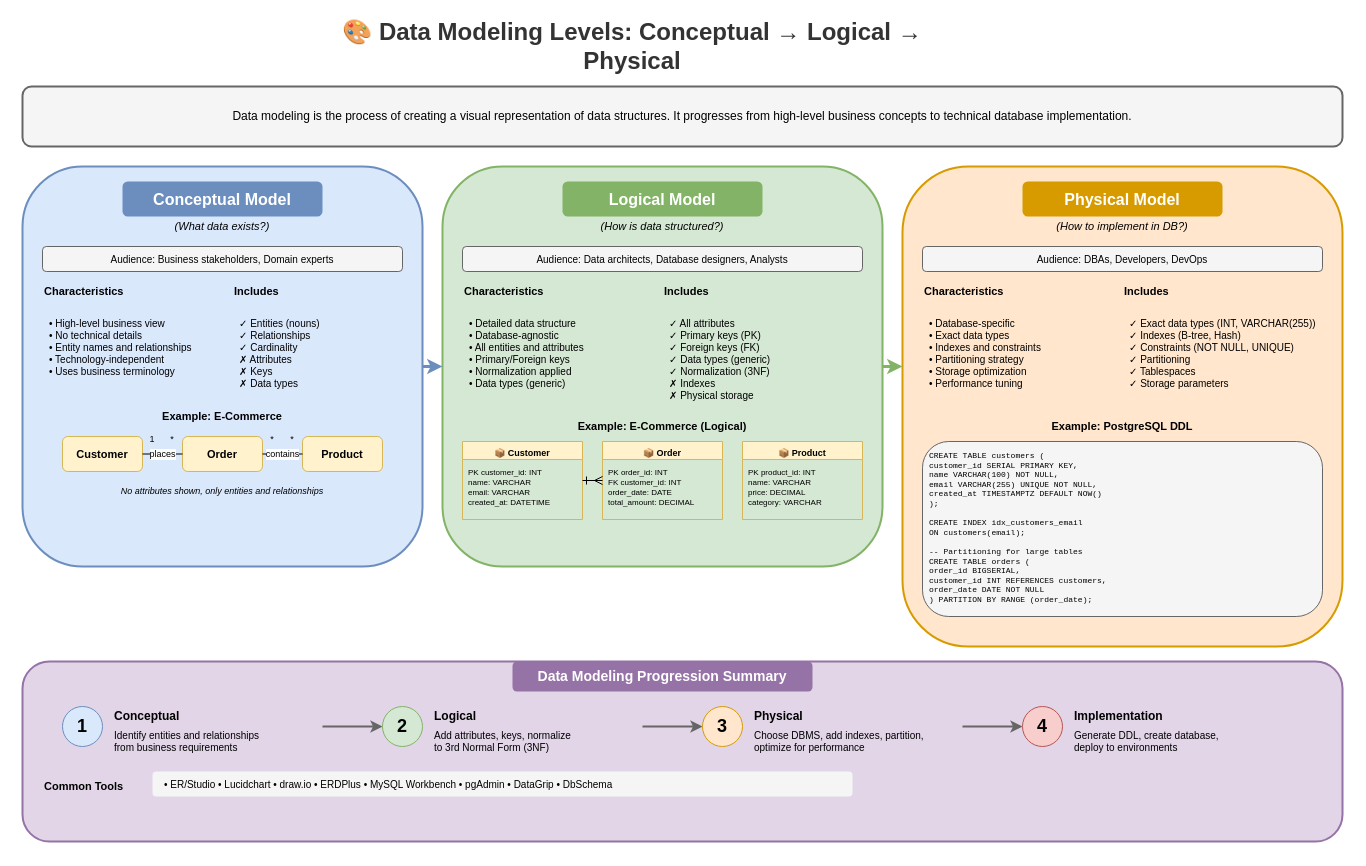
Before: lesson-01-software-design-architecture/05-data-architecture/5.1-data-modeling-levels.drawio in MrParkerZ7/document-lesson-software-architect-x-claude, a draw.io diagram. Source tidied: cells renumbered, new cells numbered last; positions are measured from the earlier drawing's top-left corner, leaving out a move shared by most shapes. Both pictures are drawn from the tidied source at 100%, with x=0, y=0 at pixel (22, 26).
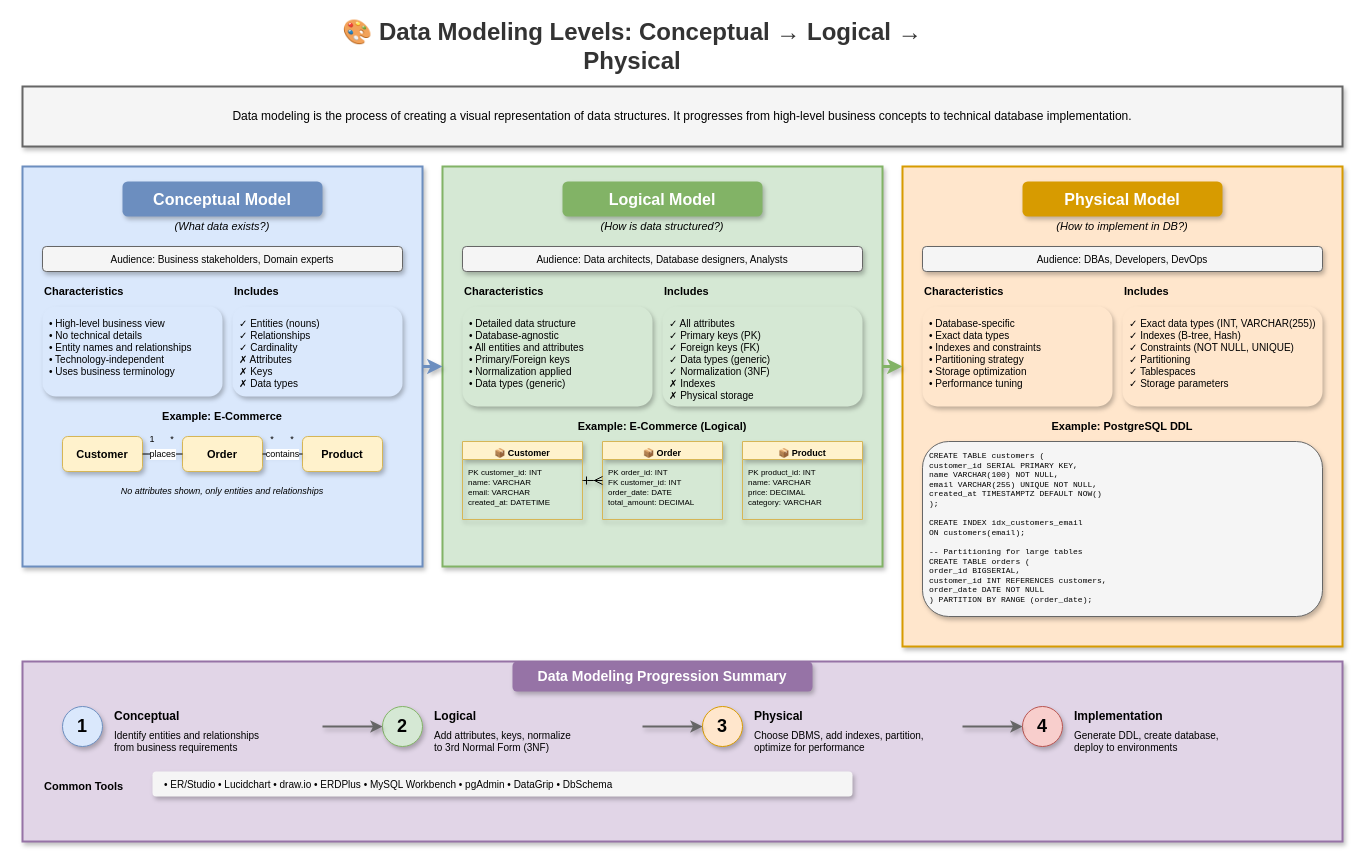
After the change.

The edit, as a diff of the source:
```diff
@@
-    <mxCell id="3" style="rounded=1;whiteSpace=wrap;html=1;fillColor=#f5f5f5;strokeColor=#666666;strokeWidth=2;" parent="1" vertex="1">
+    <mxCell id="3" style="rounded=0;whiteSpace=wrap;html=1;fillColor=#f5f5f5;strokeColor=#666666;strokeWidth=2;shadow=1;" parent="1" vertex="1">
       <mxGeometry y="60" width="1320" height="60" as="geometry" />
     </mxCell>
@@
-    <mxCell id="5" style="rounded=1;whiteSpace=wrap;html=1;fillColor=#dae8fc;strokeColor=#6c8ebf;strokeWidth=2;" parent="1" vertex="1">
+    <mxCell id="5" style="rounded=0;whiteSpace=wrap;html=1;fillColor=#dae8fc;strokeColor=#6c8ebf;strokeWidth=2;shadow=1;" parent="1" vertex="1">
       <mxGeometry y="140" width="400" height="400" as="geometry" />
     </mxCell>
-    <mxCell id="6" value="Conceptual Model" style="text;html=1;strokeColor=none;fillColor=#6c8ebf;align=center;verticalAlign=middle;whiteSpace=wrap;rounded=1;fontSize=16;fontStyle=1;fontColor=#ffffff;" parent="1" vertex="1">
+    <mxCell id="6" value="Conceptual Model" style="text;html=1;strokeColor=none;fillColor=#6c8ebf;align=center;verticalAlign=middle;whiteSpace=wrap;rounded=1;fontSize=16;fontStyle=1;fontColor=#ffffff;shadow=1;" parent="1" vertex="1">
       <mxGeometry x="100" y="155" width="200" height="35" as="geometry" />
     </mxCell>
@@
-    <mxCell id="8" value="Audience: Business stakeholders, Domain experts" style="rounded=1;whiteSpace=wrap;html=1;fillColor=#f5f5f5;strokeColor=#666666;fontSize=10;" parent="1" vertex="1">
+    <mxCell id="8" value="Audience: Business stakeholders, Domain experts" style="rounded=1;whiteSpace=wrap;html=1;fillColor=#f5f5f5;strokeColor=#666666;fontSize=10;shadow=1;" parent="1" vertex="1">
       <mxGeometry x="20" y="220" width="360" height="25" as="geometry" />
     </mxCell>
@@
-    <mxCell id="10" value="• High-level business view&#10;• No technical details&#10;• Entity names and relationships&#10;• Technology-independent&#10;• Uses business terminology" style="text;html=1;strokeColor=none;fillColor=#dae8fc;align=left;verticalAlign=top;whiteSpace=wrap;rounded=1;fontSize=10;spacingLeft=5;spacingTop=5;" parent="1" vertex="1">
+    <mxCell id="10" value="• High-level business view&#10;• No technical details&#10;• Entity names and relationships&#10;• Technology-independent&#10;• Uses business terminology" style="text;html=1;strokeColor=none;fillColor=#dae8fc;align=left;verticalAlign=top;whiteSpace=wrap;rounded=1;fontSize=10;spacingLeft=5;spacingTop=5;shadow=1;" parent="1" vertex="1">
       <mxGeometry x="20" y="280" width="180" height="90" as="geometry" />
     </mxCell>
@@
-    <mxCell id="12" value="✓ Entities (nouns)&#10;✓ Relationships&#10;✓ Cardinality&#10;✗ Attributes&#10;✗ Keys&#10;✗ Data types" style="text;html=1;strokeColor=none;fillColor=#dae8fc;align=left;verticalAlign=top;whiteSpace=wrap;rounded=1;fontSize=10;spacingLeft=5;spacingTop=5;" parent="1" vertex="1">
+    <mxCell id="12" value="✓ Entities (nouns)&#10;✓ Relationships&#10;✓ Cardinality&#10;✗ Attributes&#10;✗ Keys&#10;✗ Data types" style="text;html=1;strokeColor=none;fillColor=#dae8fc;align=left;verticalAlign=top;whiteSpace=wrap;rounded=1;fontSize=10;spacingLeft=5;spacingTop=5;shadow=1;" parent="1" vertex="1">
       <mxGeometry x="210" y="280" width="170" height="90" as="geometry" />
     </mxCell>
@@
-    <mxCell id="14" value="Customer" style="rounded=1;whiteSpace=wrap;html=1;fillColor=#fff2cc;strokeColor=#d6b656;fontSize=11;fontStyle=1;" parent="1" vertex="1">
+    <mxCell id="14" value="Customer" style="rounded=1;whiteSpace=wrap;html=1;fillColor=#fff2cc;strokeColor=#d6b656;fontSize=11;fontStyle=1;shadow=1;" parent="1" vertex="1">
       <mxGeometry x="40" y="410" width="80" height="35" as="geometry" />
     </mxCell>
-    <mxCell id="15" value="Order" style="rounded=1;whiteSpace=wrap;html=1;fillColor=#fff2cc;strokeColor=#d6b656;fontSize=11;fontStyle=1;" parent="1" vertex="1">
+    <mxCell id="15" value="Order" style="rounded=1;whiteSpace=wrap;html=1;fillColor=#fff2cc;strokeColor=#d6b656;fontSize=11;fontStyle=1;shadow=1;" parent="1" vertex="1">
       <mxGeometry x="160" y="410" width="80" height="35" as="geometry" />
     </mxCell>
-    <mxCell id="16" value="Product" style="rounded=1;whiteSpace=wrap;html=1;fillColor=#fff2cc;strokeColor=#d6b656;fontSize=11;fontStyle=1;" parent="1" vertex="1">
+    <mxCell id="16" value="Product" style="rounded=1;whiteSpace=wrap;html=1;fillColor=#fff2cc;strokeColor=#d6b656;fontSize=11;fontStyle=1;shadow=1;" parent="1" vertex="1">
       <mxGeometry x="280" y="410" width="80" height="35" as="geometry" />
     </mxCell>
-    <mxCell id="17" value="places" style="endArrow=none;html=1;fontSize=9;entryX=0;entryY=0.5;entryDx=0;entryDy=0;exitX=1;exitY=0.5;exitDx=0;exitDy=0;" parent="1" edge="1" source="14" target="15">
+    <mxCell id="17" value="places" style="endArrow=none;html=1;fontSize=9;entryX=0;entryY=0.5;entryDx=0;entryDy=0;exitX=1;exitY=0.5;exitDx=0;exitDy=0;shadow=1;curved=1;flowAnimation=1;jumpStyle=arc;" parent="1" edge="1" source="14" target="15">
       <mxGeometry relative="1" as="geometry" />
     </mxCell>
-    <mxCell id="18" value="contains" style="endArrow=none;html=1;fontSize=9;entryX=0;entryY=0.5;entryDx=0;entryDy=0;exitX=1;exitY=0.5;exitDx=0;exitDy=0;" parent="1" edge="1" source="15" target="16">
+    <mxCell id="18" value="contains" style="endArrow=none;html=1;fontSize=9;entryX=0;entryY=0.5;entryDx=0;entryDy=0;exitX=1;exitY=0.5;exitDx=0;exitDy=0;shadow=1;curved=1;flowAnimation=1;jumpStyle=arc;" parent="1" edge="1" source="15" target="16">
       <mxGeometry relative="1" as="geometry" />
     </mxCell>
@@
-    <mxCell id="24" style="rounded=1;whiteSpace=wrap;html=1;fillColor=#d5e8d4;strokeColor=#82b366;strokeWidth=2;" parent="1" vertex="1">
+    <mxCell id="24" style="rounded=0;whiteSpace=wrap;html=1;fillColor=#d5e8d4;strokeColor=#82b366;strokeWidth=2;shadow=1;" parent="1" vertex="1">
       <mxGeometry x="420" y="140" width="440" height="400" as="geometry" />
     </mxCell>
-    <mxCell id="25" value="Logical Model" style="text;html=1;strokeColor=none;fillColor=#82b366;align=center;verticalAlign=middle;whiteSpace=wrap;rounded=1;fontSize=16;fontStyle=1;fontColor=#ffffff;" parent="1" vertex="1">
+    <mxCell id="25" value="Logical Model" style="text;html=1;strokeColor=none;fillColor=#82b366;align=center;verticalAlign=middle;whiteSpace=wrap;rounded=1;fontSize=16;fontStyle=1;fontColor=#ffffff;shadow=1;" parent="1" vertex="1">
       <mxGeometry x="540" y="155" width="200" height="35" as="geometry" />
     </mxCell>
@@
-    <mxCell id="27" value="Audience: Data architects, Database designers, Analysts" style="rounded=1;whiteSpace=wrap;html=1;fillColor=#f5f5f5;strokeColor=#666666;fontSize=10;" parent="1" vertex="1">
+    <mxCell id="27" value="Audience: Data architects, Database designers, Analysts" style="rounded=1;whiteSpace=wrap;html=1;fillColor=#f5f5f5;strokeColor=#666666;fontSize=10;shadow=1;" parent="1" vertex="1">
       <mxGeometry x="440" y="220" width="400" height="25" as="geometry" />
     </mxCell>
@@
-    <mxCell id="29" value="• Detailed data structure&#10;• Database-agnostic&#10;• All entities and attributes&#10;• Primary/Foreign keys&#10;• Normalization applied&#10;• Data types (generic)" style="text;html=1;strokeColor=none;fillColor=#d5e8d4;align=left;verticalAlign=top;whiteSpace=wrap;rounded=1;fontSize=10;spacingLeft=5;spacingTop=5;" parent="1" vertex="1">
+    <mxCell id="29" value="• Detailed data structure&#10;• Database-agnostic&#10;• All entities and attributes&#10;• Primary/Foreign keys&#10;• Normalization applied&#10;• Data types (generic)" style="text;html=1;strokeColor=none;fillColor=#d5e8d4;align=left;verticalAlign=top;whiteSpace=wrap;rounded=1;fontSize=10;spacingLeft=5;spacingTop=5;shadow=1;" parent="1" vertex="1">
       <mxGeometry x="440" y="280" width="190" height="100" as="geometry" />
     </mxCell>
@@
-    <mxCell id="31" value="✓ All attributes&#10;✓ Primary keys (PK)&#10;✓ Foreign keys (FK)&#10;✓ Data types (generic)&#10;✓ Normalization (3NF)&#10;✗ Indexes&#10;✗ Physical storage" style="text;html=1;strokeColor=none;fillColor=#d5e8d4;align=left;verticalAlign=top;whiteSpace=wrap;rounded=1;fontSize=10;spacingLeft=5;spacingTop=5;" parent="1" vertex="1">
+    <mxCell id="31" value="✓ All attributes&#10;✓ Primary keys (PK)&#10;✓ Foreign keys (FK)&#10;✓ Data types (generic)&#10;✓ Normalization (3NF)&#10;✗ Indexes&#10;✗ Physical storage" style="text;html=1;strokeColor=none;fillColor=#d5e8d4;align=left;verticalAlign=top;whiteSpace=wrap;rounded=1;fontSize=10;spacingLeft=5;spacingTop=5;shadow=1;" parent="1" vertex="1">
       <mxGeometry x="640" y="280" width="200" height="100" as="geometry" />
     </mxCell>
@@
-    <mxCell id="33" value="📦 Customer" style="swimlane;fontStyle=1;align=center;verticalAlign=top;horizontal=1;startSize=18;fillColor=#fff2cc;strokeColor=#d6b656;fontSize=9;" parent="1" vertex="1">
+    <mxCell id="33" value="📦 Customer" style="swimlane;fontStyle=1;align=center;verticalAlign=top;horizontal=1;startSize=18;fillColor=#fff2cc;strokeColor=#d6b656;fontSize=9;shadow=1;rounded=0;" parent="1" vertex="1">
       <mxGeometry x="440" y="415" width="120" height="78" as="geometry" />
     </mxCell>
@@
-    <mxCell id="35" value="📦 Order" style="swimlane;fontStyle=1;align=center;verticalAlign=top;horizontal=1;startSize=18;fillColor=#fff2cc;strokeColor=#d6b656;fontSize=9;" parent="1" vertex="1">
+    <mxCell id="35" value="📦 Order" style="swimlane;fontStyle=1;align=center;verticalAlign=top;horizontal=1;startSize=18;fillColor=#fff2cc;strokeColor=#d6b656;fontSize=9;shadow=1;rounded=0;" parent="1" vertex="1">
       <mxGeometry x="580" y="415" width="120" height="78" as="geometry" />
     </mxCell>
@@
-    <mxCell id="37" value="📦 Product" style="swimlane;fontStyle=1;align=center;verticalAlign=top;horizontal=1;startSize=18;fillColor=#fff2cc;strokeColor=#d6b656;fontSize=9;" parent="1" vertex="1">
+    <mxCell id="37" value="📦 Product" style="swimlane;fontStyle=1;align=center;verticalAlign=top;horizontal=1;startSize=18;fillColor=#fff2cc;strokeColor=#d6b656;fontSize=9;shadow=1;rounded=0;" parent="1" vertex="1">
       <mxGeometry x="720" y="415" width="120" height="78" as="geometry" />
     </mxCell>
@@
-    <mxCell id="39" style="endArrow=ERmany;startArrow=ERone;html=1;fontSize=9;entryX=0;entryY=0.5;entryDx=0;entryDy=0;exitX=1;exitY=0.5;exitDx=0;exitDy=0;" parent="1" edge="1">
+    <mxCell id="39" style="endArrow=ERmany;startArrow=ERone;html=1;fontSize=9;entryX=0;entryY=0.5;entryDx=0;entryDy=0;exitX=1;exitY=0.5;exitDx=0;exitDy=0;shadow=1;curved=1;flowAnimation=1;jumpStyle=arc;" parent="1" edge="1">
       <mxGeometry relative="1" as="geometry">
         <mxPoint x="560" y="454" as="sourcePoint" />
         <mxPoint x="580" y="454" as="targetPoint" />
       </mxGeometry>
     </mxCell>
-    <mxCell id="40" style="rounded=1;whiteSpace=wrap;html=1;fillColor=#ffe6cc;strokeColor=#d79b00;strokeWidth=2;" parent="1" vertex="1">
+    <mxCell id="40" style="rounded=0;whiteSpace=wrap;html=1;fillColor=#ffe6cc;strokeColor=#d79b00;strokeWidth=2;shadow=1;" parent="1" vertex="1">
       <mxGeometry x="880" y="140" width="440" height="480" as="geometry" />
     </mxCell>
-    <mxCell id="41" value="Physical Model" style="text;html=1;strokeColor=none;fillColor=#d79b00;align=center;verticalAlign=middle;whiteSpace=wrap;rounded=1;fontSize=16;fontStyle=1;fontColor=#ffffff;" parent="1" vertex="1">
+    <mxCell id="41" value="Physical Model" style="text;html=1;strokeColor=none;fillColor=#d79b00;align=center;verticalAlign=middle;whiteSpace=wrap;rounded=1;fontSize=16;fontStyle=1;fontColor=#ffffff;shadow=1;" parent="1" vertex="1">
       <mxGeometry x="1000" y="155" width="200" height="35" as="geometry" />
     </mxCell>
@@
-    <mxCell id="43" value="Audience: DBAs, Developers, DevOps" style="rounded=1;whiteSpace=wrap;html=1;fillColor=#f5f5f5;strokeColor=#666666;fontSize=10;" parent="1" vertex="1">
+    <mxCell id="43" value="Audience: DBAs, Developers, DevOps" style="rounded=1;whiteSpace=wrap;html=1;fillColor=#f5f5f5;strokeColor=#666666;fontSize=10;shadow=1;" parent="1" vertex="1">
       <mxGeometry x="900" y="220" width="400" height="25" as="geometry" />
     </mxCell>
@@
-    <mxCell id="45" value="• Database-specific&#10;• Exact data types&#10;• Indexes and constraints&#10;• Partitioning strategy&#10;• Storage optimization&#10;• Performance tuning" style="text;html=1;strokeColor=none;fillColor=#ffe6cc;align=left;verticalAlign=top;whiteSpace=wrap;rounded=1;fontSize=10;spacingLeft=5;spacingTop=5;" parent="1" vertex="1">
+    <mxCell id="45" value="• Database-specific&#10;• Exact data types&#10;• Indexes and constraints&#10;• Partitioning strategy&#10;• Storage optimization&#10;• Performance tuning" style="text;html=1;strokeColor=none;fillColor=#ffe6cc;align=left;verticalAlign=top;whiteSpace=wrap;rounded=1;fontSize=10;spacingLeft=5;spacingTop=5;shadow=1;" parent="1" vertex="1">
       <mxGeometry x="900" y="280" width="190" height="100" as="geometry" />
     </mxCell>
@@
-    <mxCell id="47" value="✓ Exact data types (INT, VARCHAR(255))&#10;✓ Indexes (B-tree, Hash)&#10;✓ Constraints (NOT NULL, UNIQUE)&#10;✓ Partitioning&#10;✓ Tablespaces&#10;✓ Storage parameters" style="text;html=1;strokeColor=none;fillColor=#ffe6cc;align=left;verticalAlign=top;whiteSpace=wrap;rounded=1;fontSize=10;spacingLeft=5;spacingTop=5;" parent="1" vertex="1">
+    <mxCell id="47" value="✓ Exact data types (INT, VARCHAR(255))&#10;✓ Indexes (B-tree, Hash)&#10;✓ Constraints (NOT NULL, UNIQUE)&#10;✓ Partitioning&#10;✓ Tablespaces&#10;✓ Storage parameters" style="text;html=1;strokeColor=none;fillColor=#ffe6cc;align=left;verticalAlign=top;whiteSpace=wrap;rounded=1;fontSize=10;spacingLeft=5;spacingTop=5;shadow=1;" parent="1" vertex="1">
       <mxGeometry x="1100" y="280" width="200" height="100" as="geometry" />
     </mxCell>
@@
-    <mxCell id="49" value="CREATE TABLE customers (&#10;  customer_id SERIAL PRIMARY KEY,&#10;  name VARCHAR(100) NOT NULL,&#10;  email VARCHAR(255) UNIQUE NOT NULL,&#10;  created_at TIMESTAMPTZ DEFAULT NOW()&#10;);&#10;&#10;CREATE INDEX idx_customers_email&#10;  ON customers(email);&#10;&#10;-- Partitioning for large tables&#10;CREATE TABLE orders (&#10;  order_id BIGSERIAL,&#10;  customer_id INT REFERENCES customers,&#10;  order_date DATE NOT NULL&#10;) PARTITION BY RANGE (order_date);" style="text;html=1;strokeColor=#666666;fillColor=#f5f5f5;align=left;verticalAlign=top;whiteSpace=wrap;rounded=1;fontSize=8;fontFamily=Courier New;spacingLeft=5;spacingTop=3;" parent="1" vertex="1">
+    <mxCell id="49" value="CREATE TABLE customers (&#10;  customer_id SERIAL PRIMARY KEY,&#10;  name VARCHAR(100) NOT NULL,&#10;  email VARCHAR(255) UNIQUE NOT NULL,&#10;  created_at TIMESTAMPTZ DEFAULT NOW()&#10;);&#10;&#10;CREATE INDEX idx_customers_email&#10;  ON customers(email);&#10;&#10;-- Partitioning for large tables&#10;CREATE TABLE orders (&#10;  order_id BIGSERIAL,&#10;  customer_id INT REFERENCES customers,&#10;  order_date DATE NOT NULL&#10;) PARTITION BY RANGE (order_date);" style="text;html=1;strokeColor=#666666;fillColor=#f5f5f5;align=left;verticalAlign=top;whiteSpace=wrap;rounded=1;fontSize=8;fontFamily=Courier New;spacingLeft=5;spacingTop=3;shadow=1;" parent="1" vertex="1">
       <mxGeometry x="900" y="415" width="400" height="175" as="geometry" />
     </mxCell>
-    <mxCell id="50" style="endArrow=classic;html=1;strokeWidth=3;strokeColor=#6c8ebf;" parent="1" edge="1">
+    <mxCell id="50" style="endArrow=classic;html=1;strokeWidth=3;strokeColor=#6c8ebf;shadow=1;curved=1;flowAnimation=1;jumpStyle=arc;" parent="1" edge="1">
       <mxGeometry relative="1" as="geometry">
         <mxPoint x="400" y="340" as="sourcePoint" />
         <mxPoint x="420" y="340" as="targetPoint" />
       </mxGeometry>
     </mxCell>
-    <mxCell id="51" style="endArrow=classic;html=1;strokeWidth=3;strokeColor=#82b366;" parent="1" edge="1">
+    <mxCell id="51" style="endArrow=classic;html=1;strokeWidth=3;strokeColor=#82b366;shadow=1;curved=1;flowAnimation=1;jumpStyle=arc;" parent="1" edge="1">
       <mxGeometry relative="1" as="geometry">
         <mxPoint x="860" y="340" as="sourcePoint" />
         <mxPoint x="880" y="340" as="targetPoint" />
       </mxGeometry>
     </mxCell>
-    <mxCell id="52" style="rounded=1;whiteSpace=wrap;html=1;fillColor=#e1d5e7;strokeColor=#9673a6;strokeWidth=2;" parent="1" vertex="1">
+    <mxCell id="52" style="rounded=0;whiteSpace=wrap;html=1;fillColor=#e1d5e7;strokeColor=#9673a6;strokeWidth=2;shadow=1;" parent="1" vertex="1">
       <mxGeometry y="635" width="1320" height="180" as="geometry" />
     </mxCell>
-    <mxCell id="53" value="Data Modeling Progression Summary" style="text;html=1;strokeColor=none;fillColor=#9673a6;align=center;verticalAlign=middle;whiteSpace=wrap;rounded=1;fontSize=14;fontStyle=1;fontColor=#ffffff;" parent="1" vertex="1">
+    <mxCell id="53" value="Data Modeling Progression Summary" style="text;html=1;strokeColor=none;fillColor=#9673a6;align=center;verticalAlign=middle;whiteSpace=wrap;rounded=1;fontSize=14;fontStyle=1;fontColor=#ffffff;shadow=1;" parent="1" vertex="1">
       <mxGeometry x="490" y="635" width="300" height="30" as="geometry" />
     </mxCell>
-    <mxCell id="54" value="1" style="ellipse;whiteSpace=wrap;html=1;fillColor=#dae8fc;strokeColor=#6c8ebf;fontSize=18;fontStyle=1;" parent="1" vertex="1">
+    <mxCell id="54" value="1" style="ellipse;whiteSpace=wrap;html=1;fillColor=#dae8fc;strokeColor=#6c8ebf;fontSize=18;fontStyle=1;shadow=1;" parent="1" vertex="1">
       <mxGeometry x="40" y="680" width="40" height="40" as="geometry" />
     </mxCell>
@@
-    <mxCell id="57" value="2" style="ellipse;whiteSpace=wrap;html=1;fillColor=#d5e8d4;strokeColor=#82b366;fontSize=18;fontStyle=1;" parent="1" vertex="1">
+    <mxCell id="57" value="2" style="ellipse;whiteSpace=wrap;html=1;fillColor=#d5e8d4;strokeColor=#82b366;fontSize=18;fontStyle=1;shadow=1;" parent="1" vertex="1">
       <mxGeometry x="360" y="680" width="40" height="40" as="geometry" />
     </mxCell>
@@
-    <mxCell id="60" value="3" style="ellipse;whiteSpace=wrap;html=1;fillColor=#ffe6cc;strokeColor=#d79b00;fontSize=18;fontStyle=1;" parent="1" vertex="1">
+    <mxCell id="60" value="3" style="ellipse;whiteSpace=wrap;html=1;fillColor=#ffe6cc;strokeColor=#d79b00;fontSize=18;fontStyle=1;shadow=1;" parent="1" vertex="1">
       <mxGeometry x="680" y="680" width="40" height="40" as="geometry" />
     </mxCell>
@@
-    <mxCell id="63" value="4" style="ellipse;whiteSpace=wrap;html=1;fillColor=#f8cecc;strokeColor=#b85450;fontSize=18;fontStyle=1;" parent="1" vertex="1">
+    <mxCell id="63" value="4" style="ellipse;whiteSpace=wrap;html=1;fillColor=#f8cecc;strokeColor=#b85450;fontSize=18;fontStyle=1;shadow=1;" parent="1" vertex="1">
       <mxGeometry x="1000" y="680" width="40" height="40" as="geometry" />
     </mxCell>
@@
-    <mxCell id="66" style="endArrow=classic;html=1;strokeWidth=2;strokeColor=#666666;" parent="1" edge="1">
+    <mxCell id="66" style="endArrow=classic;html=1;strokeWidth=2;strokeColor=#666666;shadow=1;curved=1;flowAnimation=1;jumpStyle=arc;" parent="1" edge="1">
       <mxGeometry relative="1" as="geometry">
         <mxPoint x="300" y="700" as="sourcePoint" />
         <mxPoint x="360" y="700" as="targetPoint" />
       </mxGeometry>
     </mxCell>
-    <mxCell id="67" style="endArrow=classic;html=1;strokeWidth=2;strokeColor=#666666;" parent="1" edge="1">
+    <mxCell id="67" style="endArrow=classic;html=1;strokeWidth=2;strokeColor=#666666;shadow=1;curved=1;flowAnimation=1;jumpStyle=arc;" parent="1" edge="1">
       <mxGeometry relative="1" as="geometry">
         <mxPoint x="620" y="700" as="sourcePoint" />
         <mxPoint x="680" y="700" as="targetPoint" />
       </mxGeometry>
     </mxCell>
-    <mxCell id="68" style="endArrow=classic;html=1;strokeWidth=2;strokeColor=#666666;" parent="1" edge="1">
+    <mxCell id="68" style="endArrow=classic;html=1;strokeWidth=2;strokeColor=#666666;shadow=1;curved=1;flowAnimation=1;jumpStyle=arc;" parent="1" edge="1">
       <mxGeometry relative="1" as="geometry">
         <mxPoint x="940" y="700" as="sourcePoint" />
         <mxPoint x="1000" y="700" as="targetPoint" />
       </mxGeometry>
     </mxCell>
@@
-    <mxCell id="70" value="• ER/Studio • Lucidchart • draw.io • ERDPlus • MySQL Workbench • pgAdmin • DataGrip • DbSchema" style="text;html=1;strokeColor=none;fillColor=#f5f5f5;align=left;verticalAlign=middle;whiteSpace=wrap;rounded=1;fontSize=10;spacingLeft=10;" parent="1" vertex="1">
+    <mxCell id="70" value="• ER/Studio • Lucidchart • draw.io • ERDPlus • MySQL Workbench • pgAdmin • DataGrip • DbSchema" style="text;html=1;strokeColor=none;fillColor=#f5f5f5;align=left;verticalAlign=middle;whiteSpace=wrap;rounded=1;fontSize=10;spacingLeft=10;shadow=1;" parent="1" vertex="1">
       <mxGeometry x="130" y="745" width="700" height="25" as="geometry" />
     </mxCell>
```
